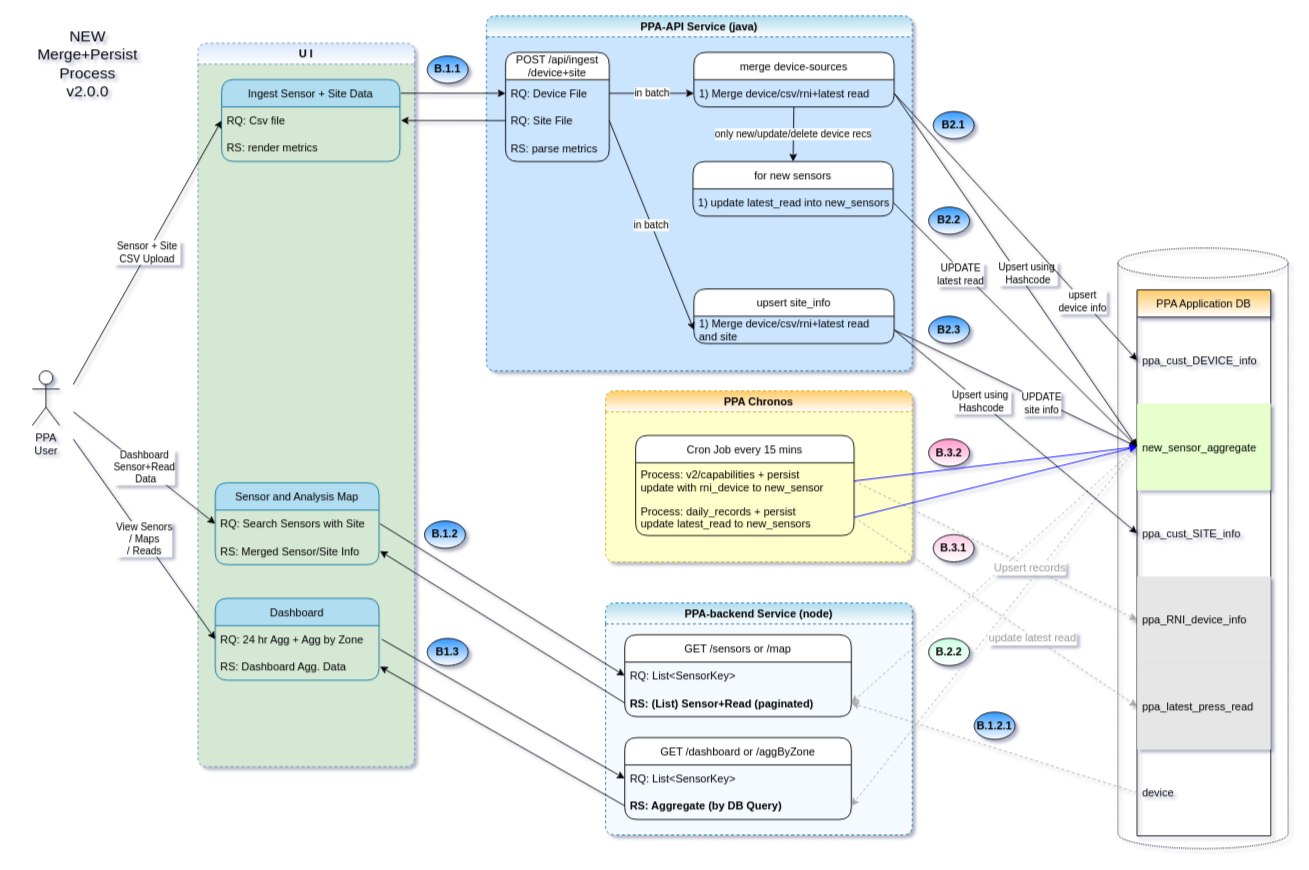
Earlier version of the draw.io diagram ppa/sensor-agg-MERGE-PERSIST-v2.drawio (rajeshpv-common/my-drawio). Source tidied: cells renumbered, new cells numbered last; positions are measured from the earlier drawing's top-left corner, leaving out a move shared by most shapes. Both pictures are drawn from the tidied source at 91%, with x=0, y=0 at pixel (19, 15).
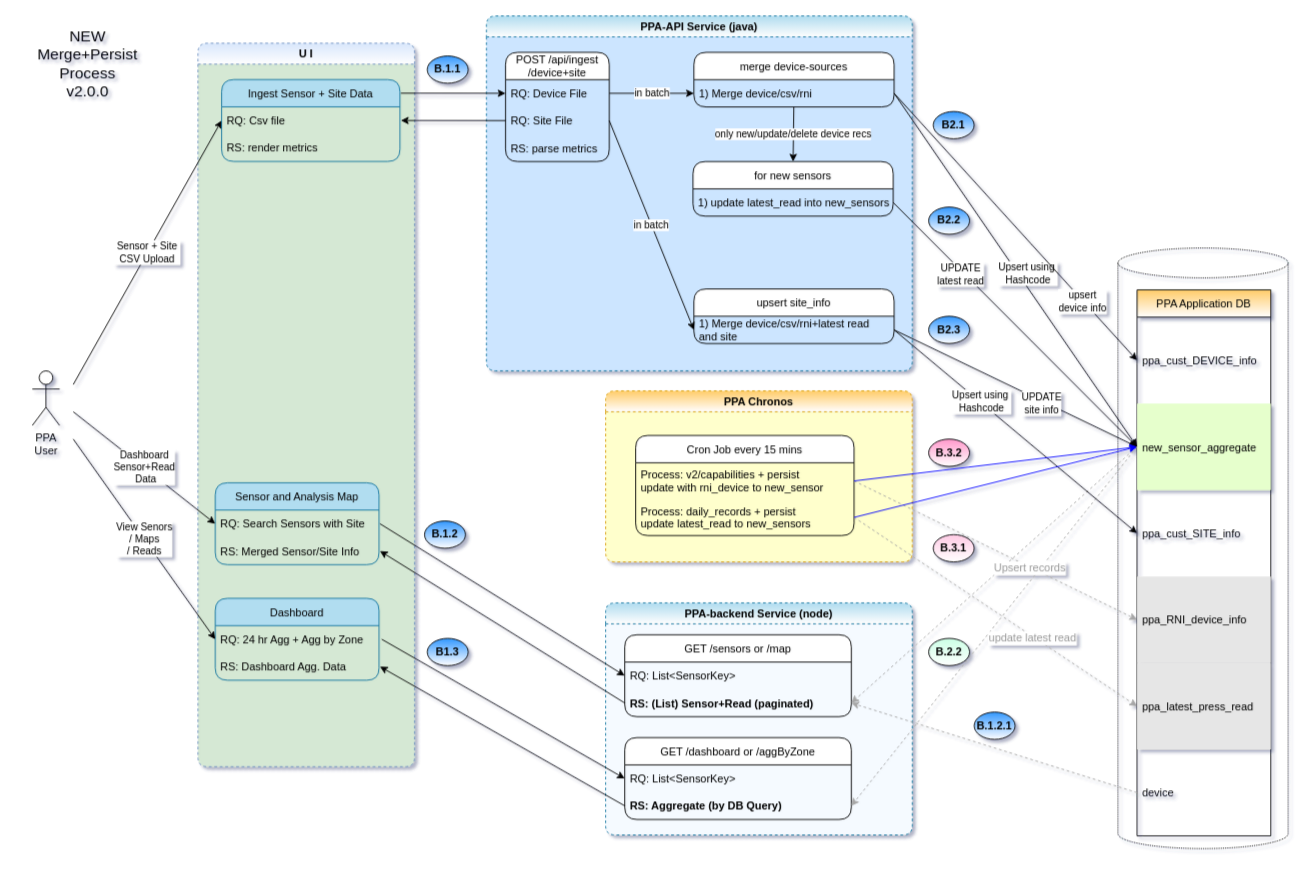
Above is the later version.

The change refers to these unchanged cells:
```xml
<mxCell id="15" value="merge device-sources" style="swimlane;fontStyle=0;horizontal=1;startSize=30;rounded=1;" parent="10" vertex="1">
  <mxGeometry x="228" y="40" width="220" height="60" as="geometry" />
</mxCell>
```

Change to the diagram source:
```diff
@@
-    <mxCell id="16" value="1) Merge device/csv/rni+latest read" style="text;strokeColor=none;fillColor=none;align=left;verticalAlign=middle;spacingLeft=4;spacingRight=4;overflow=hidden;points=[[0,0.5],[1,0.5]];portConstraint=eastwest;rounded=1;" parent="15" vertex="1">
+    <mxCell id="16" value="1) Merge device/csv/rni" style="text;strokeColor=none;fillColor=none;align=left;verticalAlign=middle;spacingLeft=4;spacingRight=4;overflow=hidden;points=[[0,0.5],[1,0.5]];portConstraint=eastwest;rounded=1;" parent="15" vertex="1">
       <mxGeometry y="30" width="220" height="30" as="geometry" />
     </mxCell>
```
